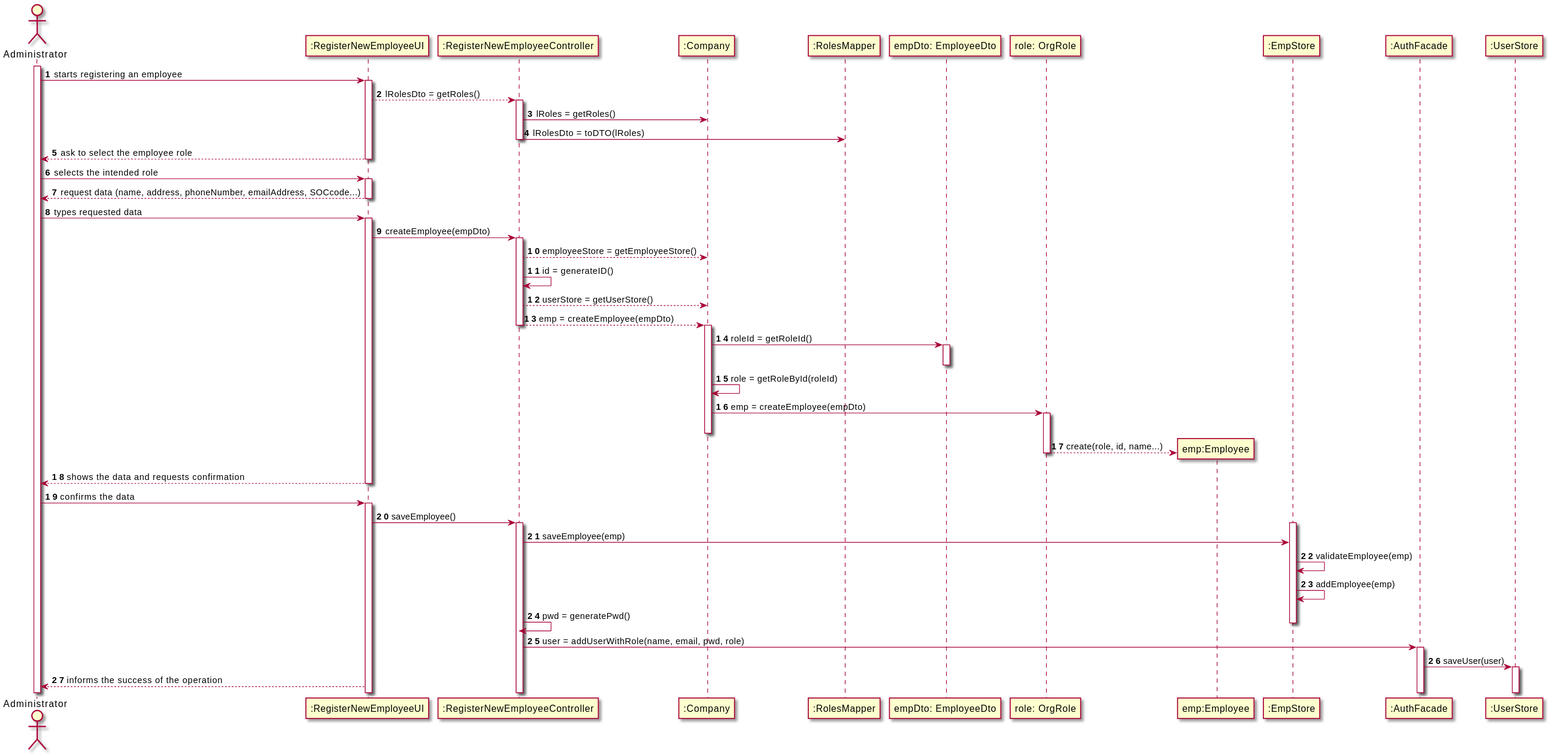
This is docs/SprintB/US07/US07-SD.svg from 0franciscor/lei-21-s2-1de-g19, a PlantUML export, as it was before one commit.
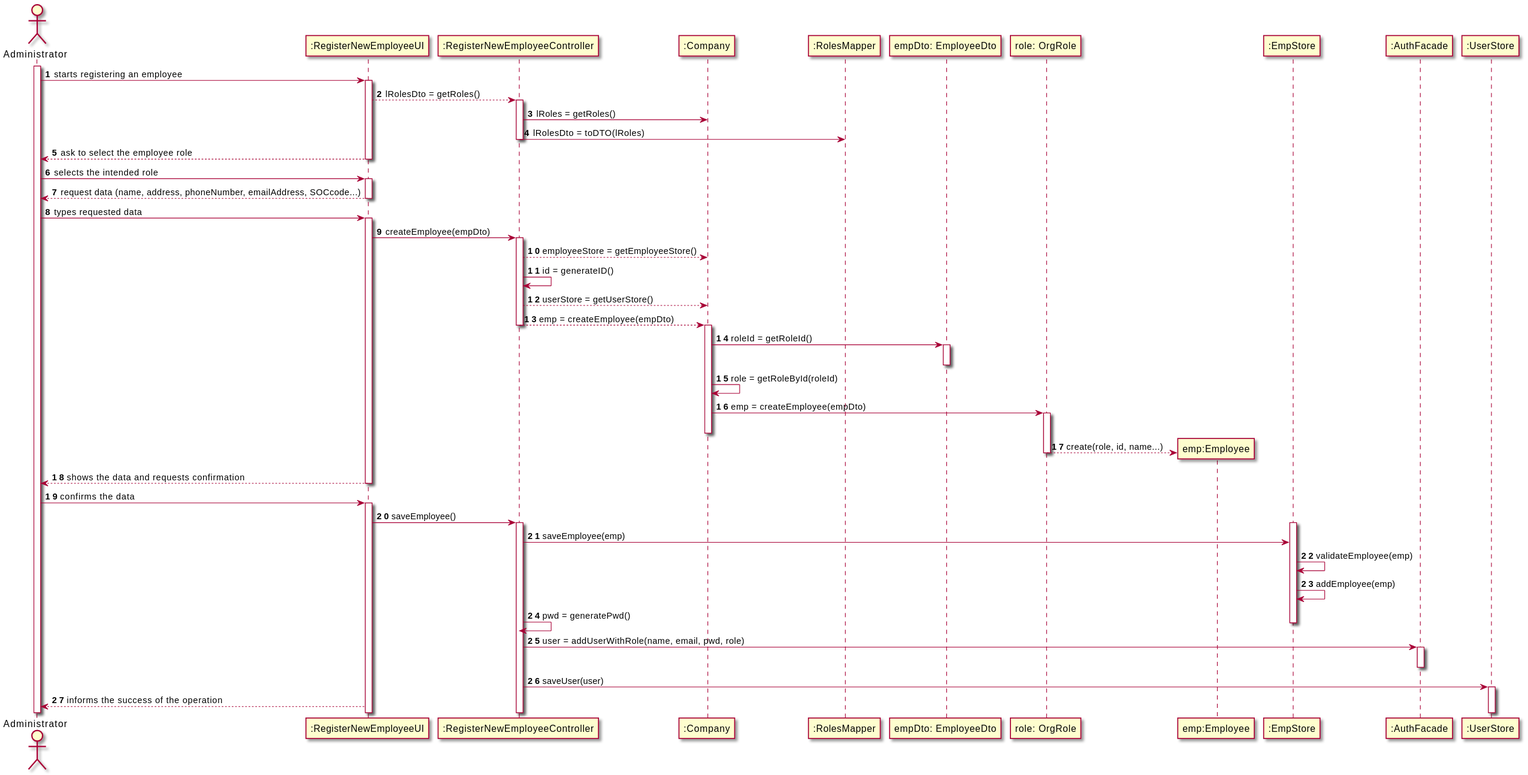
After the change.

Commit message:
Correção de erros do SD da US7

Change to the diagram source:
```diff
@@ -51,7 +51,8 @@
 deactivate ":EmpStore"
 ":RegisterNewEmployeeController" -> ":AuthFacade" : user = addUserWithRole(name, email, pwd, role)
 activate ":AuthFacade"
-":AuthFacade" -> ":UserStore" : saveUser(user)
+deactivate ":AuthFacade"
+":RegisterNewEmployeeController" -> ":UserStore" : saveUser(user)
 activate ":UserStore"
 ":RegisterNewEmployeeUI" --> A : informs the success of the operation
 @enduml
```
